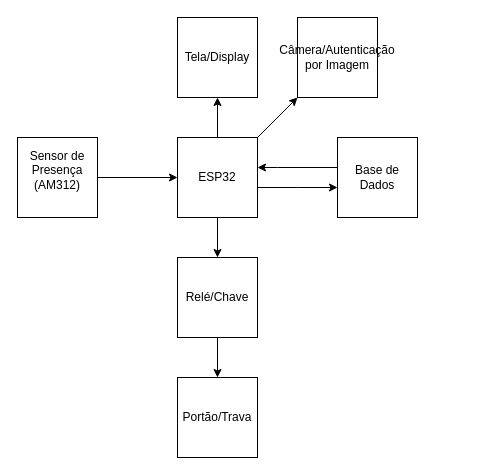
teaching-FEEC/ea075-2024.1 keeps this draw.io diagram as projetos/Diagrama sem nome.drawio. Above is the earlier version. Source tidied: cells renumbered, new cells numbered last; positions are measured from the earlier drawing's top-left corner, leaving out a move shared by most shapes. Both pictures are drawn from the tidied source at 100%, with x=0, y=0 at pixel (17, 17).
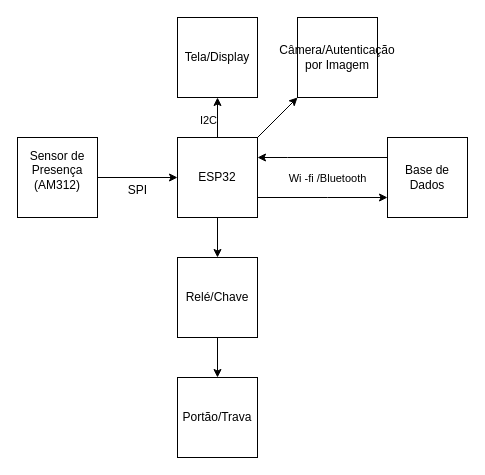
After the change.

Unchanged cells that the change refers to:
```xml
<mxCell id="5" style="edgeStyle=orthogonalEdgeStyle;rounded=0;jettySize=auto;html=1;" parent="1" edge="1" source="7" target="14">
  <mxGeometry relative="1" as="geometry" />
</mxCell>
<mxCell id="7" value="ESP32" style="whiteSpace=wrap;html=1;" parent="1" vertex="1">
  <mxGeometry x="160" y="120" width="80" height="80" as="geometry" />
</mxCell>
```

The edit, as a diff of the source:
```diff
@@
+    <mxCell id="16" value="&lt;div&gt;I2C&lt;/div&gt;&lt;div&gt;&lt;br&gt;&lt;/div&gt;" style="edgeLabel;html=1;align=center;verticalAlign=middle;" parent="5" vertex="1">
+      <mxGeometry x="-0.07" y="-3" relative="1" as="geometry">
+        <mxPoint x="-13" y="8" as="offset" />
+      </mxGeometry>
+    </mxCell>
     <mxCell id="6" style="edgeStyle=orthogonalEdgeStyle;rounded=0;jettySize=auto;html=1;" parent="1" edge="1" source="7" target="9">
       <mxGeometry relative="1" as="geometry">
         <Array as="points">
-          <mxPoint x="280" y="170" />
-          <mxPoint x="280" y="170" />
+          <mxPoint x="310" y="180" />
+          <mxPoint x="310" y="180" />
         </Array>
       </mxGeometry>
     </mxCell>
@@
     <mxCell id="8" style="edgeStyle=orthogonalEdgeStyle;rounded=0;jettySize=auto;html=1;" parent="1" edge="1" source="9" target="7">
       <mxGeometry relative="1" as="geometry">
         <Array as="points">
-          <mxPoint x="260" y="150" />
-          <mxPoint x="260" y="150" />
+          <mxPoint x="270" y="140" />
+          <mxPoint x="270" y="140" />
         </Array>
       </mxGeometry>
     </mxCell>
+    <mxCell id="17" value="&lt;div&gt;Wi -fi /Bluetooth&lt;br&gt;&lt;/div&gt;" style="edgeLabel;html=1;align=center;verticalAlign=middle;" parent="8" vertex="1">
+      <mxGeometry x="-0.25" y="1" relative="1" as="geometry">
+        <mxPoint x="-12" y="19" as="offset" />
+      </mxGeometry>
+    </mxCell>
     <mxCell id="9" value="&lt;div&gt;Base de Dados&lt;br&gt;&lt;/div&gt;" style="whiteSpace=wrap;html=1;" parent="1" vertex="1">
-      <mxGeometry x="320" y="120" width="80" height="80" as="geometry" />
+      <mxGeometry x="370" y="120" width="80" height="80" as="geometry" />
     </mxCell>
@@
+    <mxCell id="18" value="SPI" style="text;html=1;align=center;verticalAlign=middle;strokeColor=none;fillColor=none;" parent="1" vertex="1">
+      <mxGeometry x="100" y="158" width="40" height="30" as="geometry" />
+    </mxCell>
```
